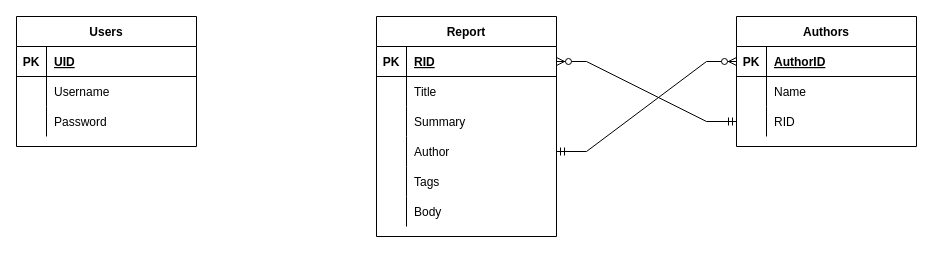
Above: Untitled Diagram.drawio in LunarSapphic/nush-research-repo (draw.io), before the change. Source tidied: cells renumbered, new cells numbered last; positions are measured from the earlier drawing's top-left corner, leaving out a move shared by most shapes. Both pictures are drawn from the tidied source at 100%, with x=0, y=0 at pixel (16, 16).
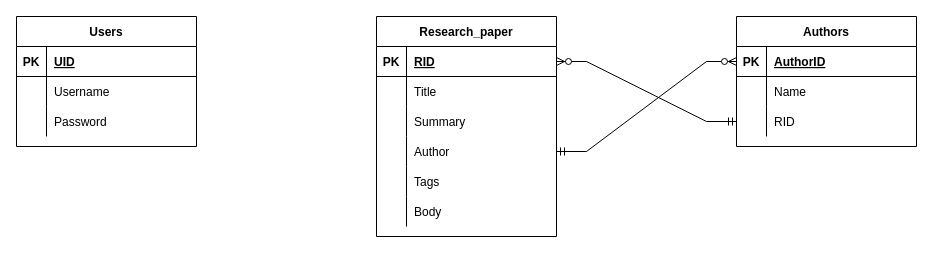
After the change.

What changed in the source:
```diff
@@
-    <mxCell id="12" value="Report" style="shape=table;startSize=30;childLayout=tableLayout;rowLines=0;fontStyle=1;align=center;" parent="1" vertex="1">
+    <mxCell id="12" value="Research_paper" style="shape=table;startSize=30;childLayout=tableLayout;rowLines=0;fontStyle=1;align=center;" parent="1" vertex="1">
       <mxGeometry x="360" width="180" height="220" as="geometry" />
     </mxCell>
```
